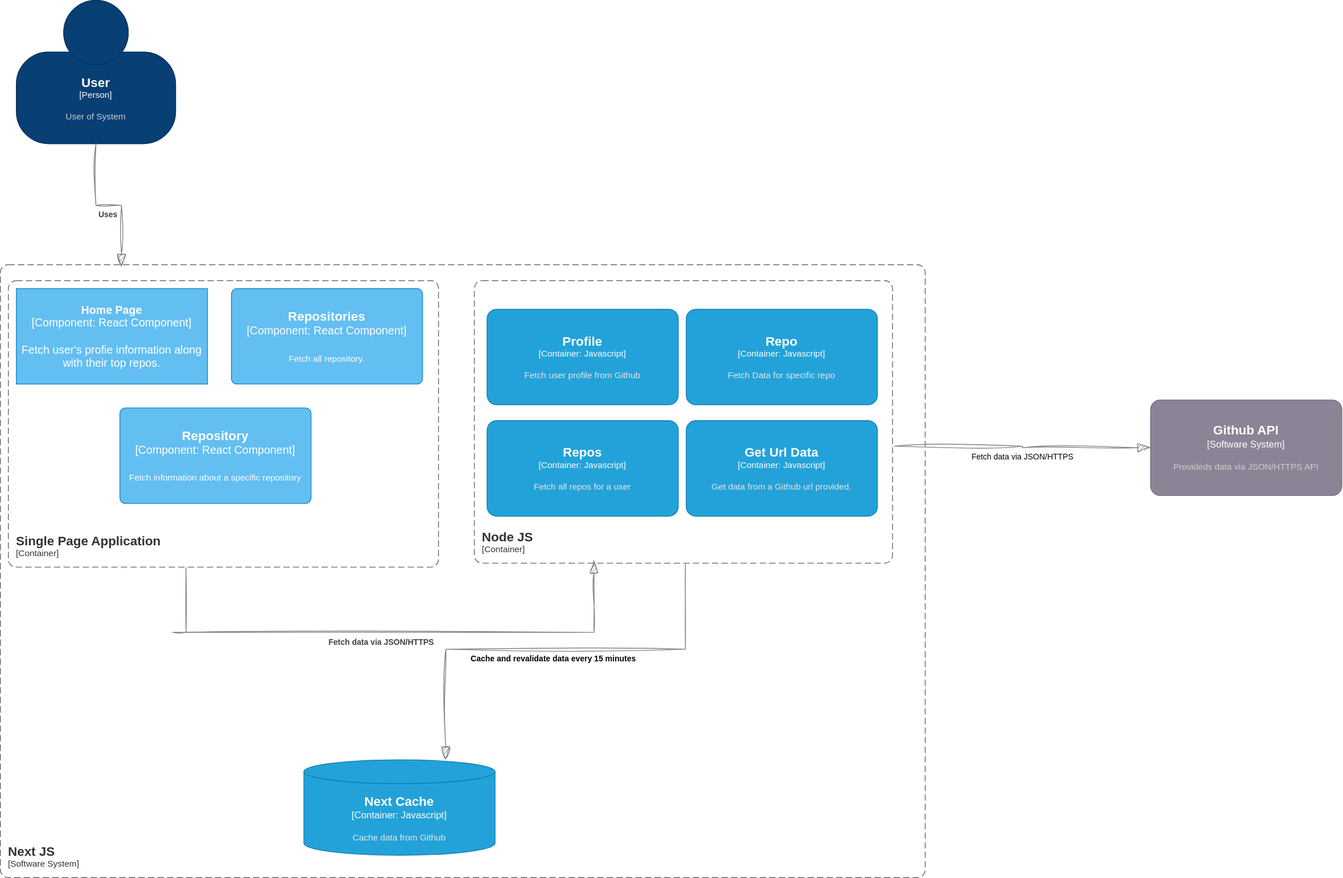
Earlier version of the draw.io export architecture_diagram.drawio.svg (jav1anpry5ce/se577_course_project). Source tidied: cells renumbered, new cells last; positions are measured from the earlier drawing's top-left corner, leaving out a move shared by most shapes.
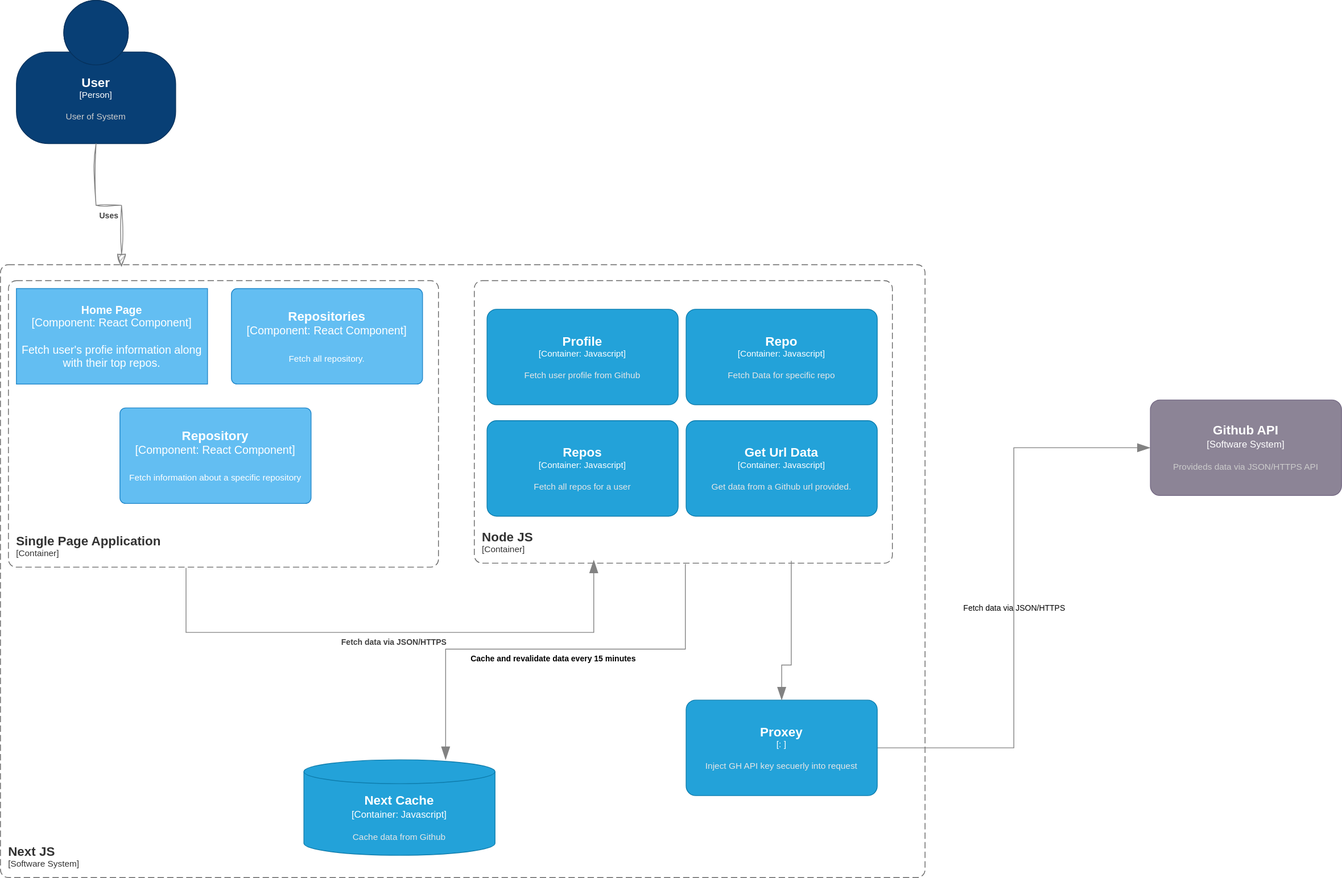
After the change.

Change to the diagram source:
```diff
@@ -68,14 +68,12 @@
       </mxCell>
     </object>
     <object id="15" label="%c4Description%" c4Description="Fetch data via JSON/HTTPS" c4Type="Relationship" placeholders="1">
-      <mxCell style="endArrow=blockThin;fontSize=10;fontColor=#000000;strokeWidth=1;endFill=1;strokeColor=#828282;elbow=vertical;endSize=14;startSize=14;jumpStyle=arc;jumpSize=16;rounded=0;edgeStyle=orthogonalEdgeStyle;sketch=1;hachureGap=4;jiggle=2;curveFitting=1;fontFamily=Helvetica;entryX=0;entryY=0.5;entryDx=0;entryDy=0;entryPerimeter=0;html=1;verticalAlign=top;labelBackgroundColor=none;" parent="1" edge="1" target="2">
-        <mxGeometry relative="1" as="geometry">
-          <mxPoint x="1122" y="560" as="sourcePoint" />
-        </mxGeometry>
+      <mxCell style="endArrow=blockThin;fontSize=10;fontColor=#000000;strokeWidth=1;endFill=1;strokeColor=#828282;elbow=vertical;endSize=14;startSize=14;jumpStyle=arc;jumpSize=16;rounded=0;edgeStyle=orthogonalEdgeStyle;hachureGap=4;fontFamily=Helvetica;entryX=0;entryY=0.5;entryDx=0;entryDy=0;entryPerimeter=0;html=1;verticalAlign=top;labelBackgroundColor=none;exitX=1;exitY=0.5;exitDx=0;exitDy=0;exitPerimeter=0;" parent="1" edge="1" source="19" target="2">
+        <mxGeometry relative="1" as="geometry" />
       </mxCell>
     </object>
     <object id="16" label="&lt;div style=&quot;text-align: left&quot;&gt;&lt;div style=&quot;text-align: center&quot;&gt;&lt;b&gt;%c4Description%&lt;/b&gt;&lt;/div&gt;&lt;/div&gt;" c4Description="Cache and revalidate data every 15 minutes" c4Type="Relationship" placeholders="1">
-      <mxCell style="endArrow=blockThin;html=1;fontSize=10;fontColor=#000000;strokeWidth=1;endFill=1;strokeColor=#828282;elbow=vertical;endSize=14;startSize=14;jumpStyle=arc;jumpSize=16;rounded=0;edgeStyle=orthogonalEdgeStyle;sketch=1;hachureGap=4;jiggle=2;curveFitting=1;fontFamily=Helvetica;labelBorderColor=none;verticalAlign=top;labelBackgroundColor=none;" parent="1" edge="1" target="14">
+      <mxCell style="endArrow=blockThin;html=1;fontSize=10;fontColor=#000000;strokeWidth=1;endFill=1;strokeColor=#828282;elbow=vertical;endSize=14;startSize=14;jumpStyle=arc;jumpSize=16;rounded=0;edgeStyle=orthogonalEdgeStyle;hachureGap=4;fontFamily=Helvetica;labelBorderColor=none;verticalAlign=top;labelBackgroundColor=none;" parent="1" edge="1" target="14">
         <mxGeometry relative="1" as="geometry">
           <mxPoint x="860" y="708" as="sourcePoint" />
           <Array as="points">
@@ -86,13 +84,13 @@
       </mxCell>
     </object>
     <object id="17" label="&lt;div style=&quot;text-align: left&quot;&gt;&lt;div style=&quot;text-align: center&quot;&gt;&lt;b&gt;%c4Description%&lt;/b&gt;&lt;/div&gt;" c4Description="Fetch data via JSON/HTTPS" c4Type="Relationship" placeholders="1">
-      <mxCell style="endArrow=blockThin;html=1;fontSize=10;fontColor=#404040;strokeWidth=1;endFill=1;strokeColor=#828282;elbow=vertical;endSize=14;startSize=14;jumpStyle=arc;jumpSize=16;rounded=0;edgeStyle=orthogonalEdgeStyle;labelBackgroundColor=none;labelBorderColor=none;sketch=1;hachureGap=4;jiggle=2;curveFitting=1;fontFamily=Helvetica;verticalAlign=top;" parent="1" edge="1">
+      <mxCell style="endArrow=blockThin;html=1;fontSize=10;fontColor=#404040;strokeWidth=1;endFill=1;strokeColor=#828282;elbow=vertical;endSize=14;startSize=14;jumpStyle=arc;jumpSize=16;rounded=0;edgeStyle=orthogonalEdgeStyle;labelBackgroundColor=none;labelBorderColor=none;hachureGap=4;fontFamily=Helvetica;verticalAlign=top;" parent="1" edge="1">
         <mxGeometry relative="1" as="geometry">
           <mxPoint x="233" y="713" as="sourcePoint" />
           <mxPoint x="745" y="703" as="targetPoint" />
           <Array as="points">
-            <mxPoint x="215.9" y="794" />
-            <mxPoint x="749.9" y="794" />
+            <mxPoint x="233" y="794" />
+            <mxPoint x="745" y="794" />
           </Array>
         </mxGeometry>
       </mxCell>
@@ -104,5 +102,21 @@
         </mxGeometry>
       </mxCell>
     </object>
+    <object id="19" label="&lt;font style=&quot;font-size: 16px&quot;&gt;&lt;b&gt;%c4Name%&lt;/b&gt;&lt;/font&gt;&lt;div&gt;[%c4Type%: %c4Technology%]&lt;/div&gt;&lt;br&gt;&lt;div&gt;&lt;font style=&quot;font-size: 11px&quot;&gt;&lt;font color=&quot;#E6E6E6&quot;&gt;%c4Description%&lt;/font&gt;&lt;/font&gt;&lt;/div&gt;" c4Description="Inject GH API key secuerly into request" c4Name="Proxey" c4Technology="" c4Type="" placeholders="1">
+      <mxCell style="rounded=1;whiteSpace=wrap;html=1;fontSize=11;labelBackgroundColor=none;fillColor=#23A2D9;fontColor=#ffffff;align=center;arcSize=10;strokeColor=#0E7DAD;points=[[0.25,0,0],[0.5,0,0],[0.75,0,0],[1,0.25,0],[1,0.5,0],[1,0.75,0],[0.75,1,0],[0.5,1,0],[0.25,1,0],[0,0.75,0],[0,0.5,0],[0,0.25,0]];hachureGap=4;fontFamily=Helvetica;shadow=0;" parent="1" vertex="1">
+        <mxGeometry x="861" y="879" width="240" height="120" as="geometry" />
+      </mxCell>
+    </object>
+    <object id="20" label="" c4Type="Relationship" placeholders="1">
+      <mxCell style="endArrow=blockThin;html=1;fontSize=10;fontColor=#404040;strokeWidth=1;endFill=1;strokeColor=#828282;elbow=vertical;endSize=14;startSize=14;jumpStyle=arc;jumpSize=16;rounded=0;edgeStyle=orthogonalEdgeStyle;labelBackgroundColor=none;sketch=0;hachureGap=4;jiggle=2;curveFitting=1;fontFamily=Helvetica;entryX=0.5;entryY=0;entryDx=0;entryDy=0;entryPerimeter=0;" parent="1" edge="1" target="19">
+        <mxGeometry relative="1" as="geometry">
+          <mxPoint x="993" y="704" as="sourcePoint" />
+          <Array as="points">
+            <mxPoint x="993" y="835" />
+            <mxPoint x="981" y="835" />
+          </Array>
+        </mxGeometry>
+      </mxCell>
+    </object>
   </root>
 </mxGraphModel>
```
